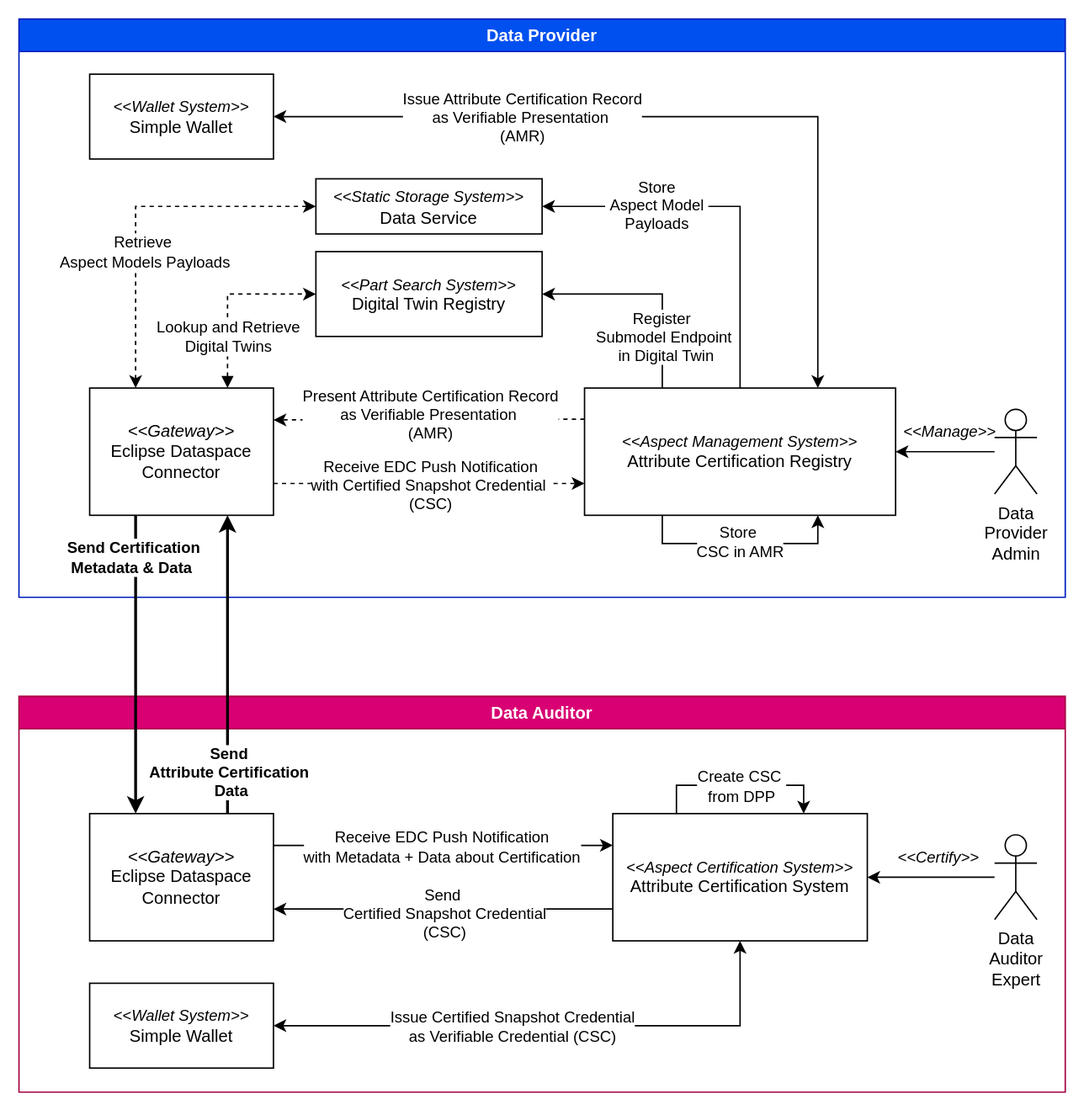
eclipse-tractusx/digital-product-pass keeps this draw.io diagram as dpp-verification/resources/implementation/csc-context-blueprint.svg. Above is the earlier version. Source tidied: cells renumbered, new cells last; positions are measured from the earlier drawing's top-left corner, leaving out a move shared by most shapes. Its diagram source:
```xml
<mxGraphModel>
  <root>
    <mxCell id="0" />
    <mxCell id="1" parent="0" />
    <mxCell id="2" value="Data Provider" style="swimlane;whiteSpace=wrap;html=1;fillColor=#0050ef;fontColor=#ffffff;strokeColor=#001DBC;" parent="1" vertex="1">
      <mxGeometry width="740" height="409" as="geometry" />
    </mxCell>
    <mxCell id="3" value="&lt;div style=&quot;font-size: 11px;&quot;&gt;&lt;i&gt;&lt;font style=&quot;font-size: 11px;&quot;&gt;&amp;lt;&amp;lt;Part Search System&amp;gt;&amp;gt;&lt;/font&gt;&lt;/i&gt;&lt;/div&gt;Digital Twin Registry" style="rounded=0;whiteSpace=wrap;html=1;" parent="2" vertex="1">
      <mxGeometry x="210" y="164.5" width="160" height="60" as="geometry" />
    </mxCell>
    <mxCell id="4" style="edgeStyle=orthogonalEdgeStyle;rounded=0;jettySize=auto;html=1;exitX=0;exitY=0.5;exitDx=0;exitDy=0;entryX=1;entryY=0.25;entryDx=0;entryDy=0;dashed=1;" parent="2" edge="1" target="13">
      <mxGeometry relative="1" as="geometry">
        <mxPoint x="400" y="283" as="sourcePoint" />
      </mxGeometry>
    </mxCell>
    <mxCell id="5" value="Present Attribute Certification Record&lt;div&gt;as Verifiable Presentation&amp;nbsp;&lt;/div&gt;&lt;div&gt;(AMR)&lt;/div&gt;" style="edgeLabel;html=1;align=center;verticalAlign=middle;" parent="4" vertex="1">
      <mxGeometry x="0.27" relative="1" as="geometry">
        <mxPoint x="29" y="-4" as="offset" />
      </mxGeometry>
    </mxCell>
    <mxCell id="6" style="edgeStyle=orthogonalEdgeStyle;rounded=0;jettySize=auto;html=1;exitX=0.75;exitY=0;exitDx=0;exitDy=0;entryX=1;entryY=0.5;entryDx=0;entryDy=0;startArrow=classic;startFill=1;" parent="2" edge="1" source="10" target="23">
      <mxGeometry relative="1" as="geometry" />
    </mxCell>
    <mxCell id="7" value="Issue Attribute Certification Record&lt;div&gt;as Verifiable Presentation&amp;nbsp;&lt;/div&gt;&lt;div&gt;(AMR)&lt;/div&gt;" style="edgeLabel;html=1;align=center;verticalAlign=middle;" parent="6" vertex="1">
      <mxGeometry x="-0.57" y="3" relative="1" as="geometry">
        <mxPoint x="-207" y="-68" as="offset" />
      </mxGeometry>
    </mxCell>
    <mxCell id="8" style="edgeStyle=orthogonalEdgeStyle;rounded=0;jettySize=auto;html=1;exitX=0.5;exitY=0;exitDx=0;exitDy=0;entryX=1;entryY=0.5;entryDx=0;entryDy=0;" parent="2" edge="1" source="10" target="26">
      <mxGeometry relative="1" as="geometry" />
    </mxCell>
    <mxCell id="9" value="Store&lt;div&gt;&amp;nbsp;Aspect Model&amp;nbsp;&lt;/div&gt;&lt;div&gt;Payloads&lt;/div&gt;" style="edgeLabel;html=1;align=center;verticalAlign=middle;" parent="8" vertex="1">
      <mxGeometry x="-0.5" relative="1" as="geometry">
        <mxPoint x="-60" y="-64" as="offset" />
      </mxGeometry>
    </mxCell>
    <mxCell id="10" value="&lt;div style=&quot;font-size: 11px;&quot;&gt;&lt;i&gt;&lt;font style=&quot;font-size: 11px;&quot;&gt;&amp;lt;&amp;lt;Aspect Management System&amp;gt;&amp;gt;&lt;/font&gt;&lt;/i&gt;&lt;/div&gt;Attribute Certification Registry" style="rounded=0;whiteSpace=wrap;html=1;" parent="2" vertex="1">
      <mxGeometry x="400" y="261" width="220" height="90" as="geometry" />
    </mxCell>
    <mxCell id="11" style="edgeStyle=orthogonalEdgeStyle;rounded=0;jettySize=auto;html=1;exitX=0.25;exitY=0;exitDx=0;exitDy=0;entryX=0;entryY=0.5;entryDx=0;entryDy=0;dashed=1;startArrow=classic;startFill=1;" parent="2" edge="1" source="13" target="26">
      <mxGeometry relative="1" as="geometry" />
    </mxCell>
    <mxCell id="12" value="Retrieve&amp;nbsp;&lt;div&gt;Aspect Models Payloads&lt;/div&gt;" style="edgeLabel;html=1;align=center;verticalAlign=middle;" parent="11" vertex="1">
      <mxGeometry x="0.42" y="2" relative="1" as="geometry">
        <mxPoint x="-48" y="34" as="offset" />
      </mxGeometry>
    </mxCell>
    <mxCell id="13" value="&lt;div&gt;&lt;i&gt;&amp;lt;&amp;lt;Gateway&amp;gt;&amp;gt;&lt;/i&gt;&lt;/div&gt;Eclipse Dataspace Connector" style="rounded=0;whiteSpace=wrap;html=1;" parent="2" vertex="1">
      <mxGeometry x="50" y="261" width="130" height="90" as="geometry" />
    </mxCell>
    <mxCell id="14" style="edgeStyle=orthogonalEdgeStyle;rounded=0;jettySize=auto;html=1;entryX=0;entryY=0.5;entryDx=0;entryDy=0;exitX=0.75;exitY=0;exitDx=0;exitDy=0;dashed=1;startArrow=block;startFill=1;" parent="2" edge="1" source="13" target="3">
      <mxGeometry relative="1" as="geometry" />
    </mxCell>
    <mxCell id="15" value="Lookup and Retrieve&lt;div&gt;Digital Twins&lt;/div&gt;" style="edgeLabel;html=1;align=center;verticalAlign=middle;" parent="14" vertex="1">
      <mxGeometry x="-0.48" y="1" relative="1" as="geometry">
        <mxPoint x="1" y="-3" as="offset" />
      </mxGeometry>
    </mxCell>
    <mxCell id="16" style="edgeStyle=orthogonalEdgeStyle;rounded=0;jettySize=auto;html=1;exitX=1;exitY=0.75;exitDx=0;exitDy=0;entryX=0;entryY=0.75;entryDx=0;entryDy=0;dashed=1;" parent="2" edge="1" source="13" target="10">
      <mxGeometry relative="1" as="geometry" />
    </mxCell>
    <mxCell id="17" value="Receive EDC Push Notification&lt;div&gt;with Certified Snapshot Credential&amp;nbsp;&lt;/div&gt;&lt;div&gt;(CSC)&lt;/div&gt;" style="edgeLabel;html=1;align=center;verticalAlign=middle;" parent="16" vertex="1">
      <mxGeometry x="-0.15" y="-3" relative="1" as="geometry">
        <mxPoint x="16" y="-2" as="offset" />
      </mxGeometry>
    </mxCell>
    <mxCell id="18" style="edgeStyle=orthogonalEdgeStyle;rounded=0;jettySize=auto;html=1;exitX=0.25;exitY=0;exitDx=0;exitDy=0;entryX=1;entryY=0.5;entryDx=0;entryDy=0;" parent="2" edge="1" source="10" target="3">
      <mxGeometry relative="1" as="geometry" />
    </mxCell>
    <mxCell id="19" value="Register&amp;nbsp;&lt;div&gt;Submodel Endpoint&lt;div&gt;&lt;div&gt;&amp;nbsp;in Digital Twin&lt;/div&gt;&lt;/div&gt;&lt;/div&gt;" style="edgeLabel;html=1;align=center;verticalAlign=middle;" parent="18" vertex="1">
      <mxGeometry x="-0.45" relative="1" as="geometry">
        <mxPoint y="4" as="offset" />
      </mxGeometry>
    </mxCell>
    <mxCell id="20" style="edgeStyle=orthogonalEdgeStyle;rounded=0;jettySize=auto;html=1;entryX=1;entryY=0.5;entryDx=0;entryDy=0;" parent="2" edge="1" source="22" target="10">
      <mxGeometry relative="1" as="geometry" />
    </mxCell>
    <mxCell id="21" value="&lt;i&gt;&amp;lt;&amp;lt;Manage&amp;gt;&amp;gt;&lt;/i&gt;" style="edgeLabel;html=1;align=center;verticalAlign=middle;" parent="20" vertex="1">
      <mxGeometry x="0.34" y="-1" relative="1" as="geometry">
        <mxPoint x="14" y="-14" as="offset" />
      </mxGeometry>
    </mxCell>
    <mxCell id="22" value="Data&lt;div&gt;Provider&lt;/div&gt;&lt;div&gt;Admin&lt;/div&gt;" style="shape=umlActor;verticalLabelPosition=bottom;verticalAlign=top;html=1;outlineConnect=0;" parent="2" vertex="1">
      <mxGeometry x="690" y="276" width="30" height="60" as="geometry" />
    </mxCell>
    <mxCell id="23" value="&lt;font style=&quot;font-size: 11px;&quot;&gt;&lt;i&gt;&amp;lt;&amp;lt;Wallet System&amp;gt;&amp;gt;&lt;/i&gt;&lt;/font&gt;&lt;div style=&quot;&quot;&gt;&lt;font style=&quot;font-size: 12px;&quot;&gt;Simple Wallet&lt;/font&gt;&lt;/div&gt;" style="rounded=0;whiteSpace=wrap;html=1;" parent="2" vertex="1">
      <mxGeometry x="50" y="39" width="130" height="60" as="geometry" />
    </mxCell>
    <mxCell id="24" style="edgeStyle=orthogonalEdgeStyle;rounded=0;orthogonalLoop=1;jettySize=auto;html=1;exitX=0.25;exitY=1;exitDx=0;exitDy=0;entryX=0.75;entryY=1;entryDx=0;entryDy=0;" parent="2" edge="1" source="10" target="10">
      <mxGeometry relative="1" as="geometry" />
    </mxCell>
    <mxCell id="25" value="Store&amp;nbsp;&lt;div&gt;CSC in AMR&lt;/div&gt;" style="edgeLabel;html=1;align=center;verticalAlign=middle;" parent="24" vertex="1">
      <mxGeometry x="-0.2" y="-3" relative="1" as="geometry">
        <mxPoint x="14" y="-5" as="offset" />
      </mxGeometry>
    </mxCell>
    <mxCell id="26" value="&lt;font style=&quot;font-size: 11px;&quot;&gt;&lt;i&gt;&amp;lt;&amp;lt;Static Storage System&amp;gt;&amp;gt;&lt;/i&gt;&lt;/font&gt;&lt;div style=&quot;&quot;&gt;Data Service&lt;/div&gt;" style="rounded=0;whiteSpace=wrap;html=1;" parent="2" vertex="1">
      <mxGeometry x="210" y="113" width="160" height="39" as="geometry" />
    </mxCell>
    <mxCell id="27" value="Data Auditor" style="swimlane;whiteSpace=wrap;html=1;fillColor=#d80073;fontColor=#ffffff;strokeColor=#A50040;" parent="1" vertex="1">
      <mxGeometry y="479" width="740" height="280" as="geometry" />
    </mxCell>
    <mxCell id="28" style="edgeStyle=orthogonalEdgeStyle;rounded=0;jettySize=auto;html=1;exitX=1;exitY=0.25;exitDx=0;exitDy=0;entryX=0;entryY=0.25;entryDx=0;entryDy=0;" parent="27" edge="1" source="30" target="35">
      <mxGeometry relative="1" as="geometry" />
    </mxCell>
    <mxCell id="29" value="Receive EDC Push Notification&lt;div&gt;&lt;div&gt;with Metadata + Data about Certification&lt;/div&gt;&lt;/div&gt;" style="edgeLabel;html=1;align=center;verticalAlign=middle;" parent="28" vertex="1">
      <mxGeometry x="-0.15" relative="1" as="geometry">
        <mxPoint x="17" y="1" as="offset" />
      </mxGeometry>
    </mxCell>
    <mxCell id="30" value="&lt;div&gt;&lt;i&gt;&amp;lt;&amp;lt;Gateway&amp;gt;&amp;gt;&lt;/i&gt;&lt;/div&gt;Eclipse Dataspace Connector" style="rounded=0;whiteSpace=wrap;html=1;" parent="27" vertex="1">
      <mxGeometry x="50" y="83" width="130" height="90" as="geometry" />
    </mxCell>
    <mxCell id="31" style="edgeStyle=orthogonalEdgeStyle;rounded=0;jettySize=auto;html=1;exitX=0;exitY=0.75;exitDx=0;exitDy=0;entryX=1;entryY=0.75;entryDx=0;entryDy=0;" parent="27" edge="1" source="35" target="30">
      <mxGeometry relative="1" as="geometry" />
    </mxCell>
    <mxCell id="32" value="Send&amp;nbsp;&lt;div&gt;Certified Snapshot Credential&lt;/div&gt;&lt;div&gt;(CSC)&lt;/div&gt;" style="edgeLabel;html=1;align=center;verticalAlign=middle;" parent="31" vertex="1">
      <mxGeometry x="0.29" y="-2" relative="1" as="geometry">
        <mxPoint x="35" y="5" as="offset" />
      </mxGeometry>
    </mxCell>
    <mxCell id="33" style="edgeStyle=orthogonalEdgeStyle;rounded=0;jettySize=auto;html=1;exitX=0.5;exitY=1;exitDx=0;exitDy=0;entryX=1;entryY=0.5;entryDx=0;entryDy=0;startArrow=classic;startFill=1;" parent="27" edge="1" source="35" target="36">
      <mxGeometry relative="1" as="geometry" />
    </mxCell>
    <mxCell id="34" value="Issue Certified Snapshot Credential&lt;div&gt;as Verifiable Credential (CSC)&lt;/div&gt;" style="edgeLabel;html=1;align=center;verticalAlign=middle;" parent="33" vertex="1">
      <mxGeometry x="0.11" y="-1" relative="1" as="geometry">
        <mxPoint x="-6" y="1" as="offset" />
      </mxGeometry>
    </mxCell>
    <mxCell id="35" value="&lt;div style=&quot;font-size: 11px;&quot;&gt;&lt;i&gt;&lt;font style=&quot;font-size: 11px;&quot;&gt;&amp;lt;&amp;lt;Aspect Certification System&amp;gt;&amp;gt;&lt;/font&gt;&lt;/i&gt;&lt;/div&gt;Attribute Certification System" style="rounded=0;whiteSpace=wrap;html=1;" parent="27" vertex="1">
      <mxGeometry x="420" y="83" width="180" height="90" as="geometry" />
    </mxCell>
    <mxCell id="36" value="&lt;font style=&quot;font-size: 11px;&quot;&gt;&lt;i&gt;&amp;lt;&amp;lt;Wallet System&amp;gt;&amp;gt;&lt;/i&gt;&lt;/font&gt;&lt;div style=&quot;&quot;&gt;&lt;font style=&quot;font-size: 12px;&quot;&gt;Simple Wallet&lt;/font&gt;&lt;/div&gt;" style="rounded=0;whiteSpace=wrap;html=1;" parent="27" vertex="1">
      <mxGeometry x="50" y="203" width="130" height="60" as="geometry" />
    </mxCell>
    <mxCell id="37" style="edgeStyle=orthogonalEdgeStyle;rounded=0;jettySize=auto;html=1;entryX=1;entryY=0.5;entryDx=0;entryDy=0;" parent="27" edge="1" source="39">
      <mxGeometry relative="1" as="geometry">
        <mxPoint x="600" y="128" as="targetPoint" />
      </mxGeometry>
    </mxCell>
    <mxCell id="38" value="&lt;i&gt;&amp;lt;&amp;lt;Certify&amp;gt;&amp;gt;&lt;/i&gt;" style="edgeLabel;html=1;align=center;verticalAlign=middle;" parent="37" vertex="1">
      <mxGeometry x="0.34" y="-1" relative="1" as="geometry">
        <mxPoint x="20" y="-14" as="offset" />
      </mxGeometry>
    </mxCell>
    <mxCell id="39" value="Data&lt;div&gt;Auditor&lt;/div&gt;&lt;div&gt;Expert&lt;/div&gt;" style="shape=umlActor;verticalLabelPosition=bottom;verticalAlign=top;html=1;outlineConnect=0;" parent="27" vertex="1">
      <mxGeometry x="690" y="98" width="30" height="60" as="geometry" />
    </mxCell>
    <mxCell id="40" style="edgeStyle=orthogonalEdgeStyle;rounded=0;orthogonalLoop=1;jettySize=auto;html=1;exitX=0.25;exitY=0;exitDx=0;exitDy=0;entryX=0.75;entryY=0;entryDx=0;entryDy=0;" parent="27" edge="1" source="35" target="35">
      <mxGeometry relative="1" as="geometry">
        <Array as="points">
          <mxPoint x="465" y="63" />
          <mxPoint x="555" y="63" />
        </Array>
      </mxGeometry>
    </mxCell>
    <mxCell id="41" value="Create CSC&amp;nbsp;&lt;div&gt;from DPP&lt;/div&gt;" style="edgeLabel;html=1;align=center;verticalAlign=middle;" parent="40" vertex="1">
      <mxGeometry x="-0.15" relative="1" as="geometry">
        <mxPoint x="10" as="offset" />
      </mxGeometry>
    </mxCell>
    <mxCell id="42" style="edgeStyle=orthogonalEdgeStyle;rounded=0;jettySize=auto;html=1;exitX=0.25;exitY=1;exitDx=0;exitDy=0;strokeWidth=2;startArrow=none;startFill=0;entryX=0.25;entryY=0;entryDx=0;entryDy=0;" parent="1" edge="1" source="13" target="30">
      <mxGeometry relative="1" as="geometry" />
    </mxCell>
    <mxCell id="43" value="&lt;b&gt;Send Certification&lt;/b&gt;&lt;div&gt;&lt;b&gt;Metadata &amp;amp; Data&amp;nbsp;&lt;/b&gt;&lt;/div&gt;" style="edgeLabel;html=1;align=center;verticalAlign=middle;" parent="42" vertex="1">
      <mxGeometry x="-0.2" y="-2" relative="1" as="geometry">
        <mxPoint y="-55" as="offset" />
      </mxGeometry>
    </mxCell>
    <mxCell id="44" style="edgeStyle=orthogonalEdgeStyle;rounded=0;jettySize=auto;html=1;strokeWidth=2;entryX=0.75;entryY=1;entryDx=0;entryDy=0;exitX=0.75;exitY=0;exitDx=0;exitDy=0;" parent="1" edge="1" source="30" target="13">
      <mxGeometry relative="1" as="geometry" />
    </mxCell>
    <mxCell id="45" value="Send&amp;nbsp;&lt;div&gt;Attribute Certification&amp;nbsp;&lt;/div&gt;&lt;div&gt;Data&lt;/div&gt;" style="edgeLabel;html=1;align=center;verticalAlign=middle;fontStyle=1;" parent="44" vertex="1">
      <mxGeometry x="-0.8" y="1" relative="1" as="geometry">
        <mxPoint x="3" y="-9" as="offset" />
      </mxGeometry>
    </mxCell>
  </root>
</mxGraphModel>
```
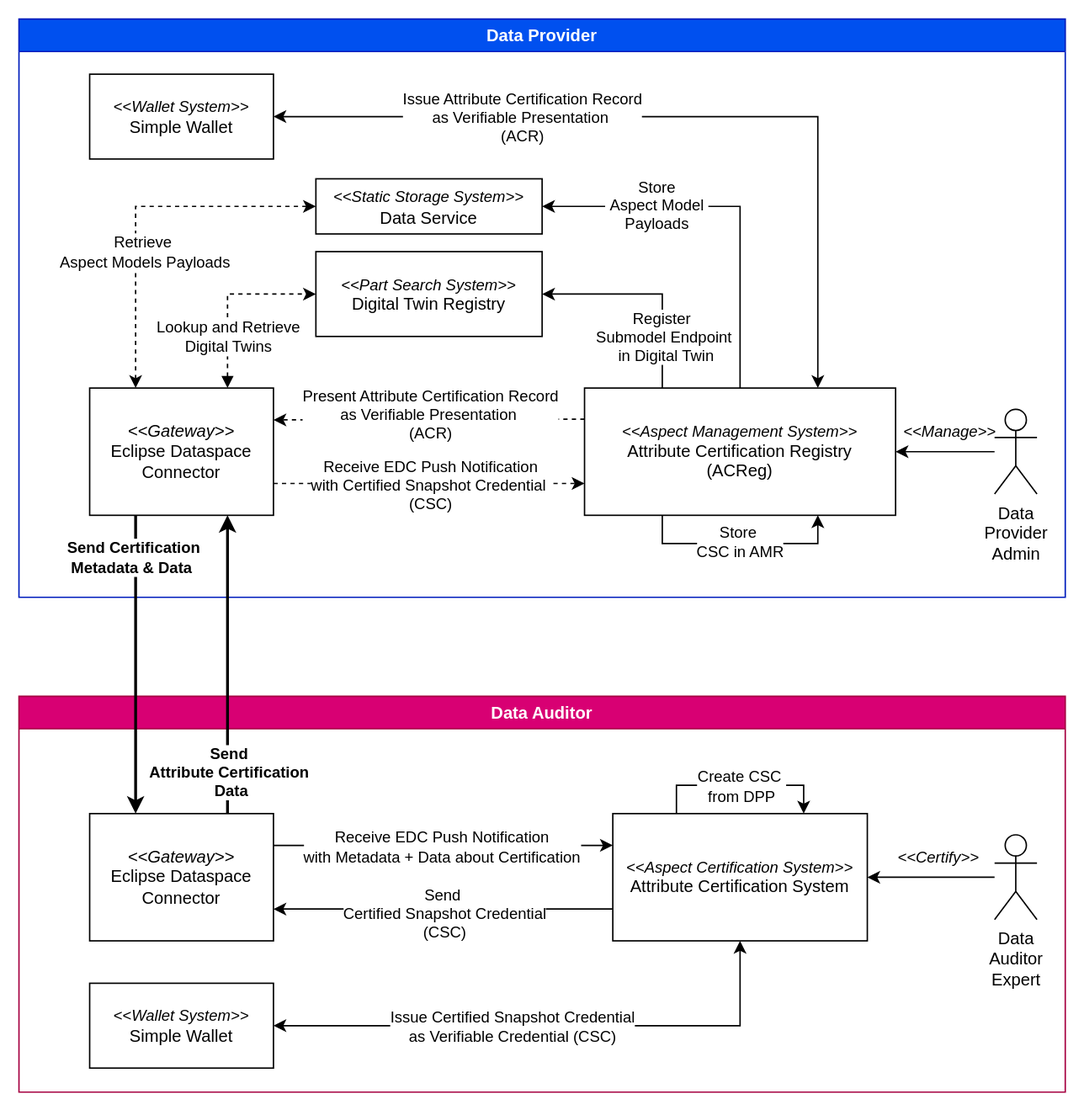
Above is the later version.

Change to the diagram source:
```diff
@@ -13,7 +13,7 @@
         <mxPoint x="400" y="283" as="sourcePoint" />
       </mxGeometry>
     </mxCell>
-    <mxCell id="5" value="Present Attribute Certification Record&lt;div&gt;as Verifiable Presentation&amp;nbsp;&lt;/div&gt;&lt;div&gt;(AMR)&lt;/div&gt;" style="edgeLabel;html=1;align=center;verticalAlign=middle;" parent="4" vertex="1">
+    <mxCell id="5" value="Present Attribute Certification Record&lt;div&gt;as Verifiable Presentation&amp;nbsp;&lt;/div&gt;&lt;div&gt;(ACR)&lt;/div&gt;" style="edgeLabel;html=1;align=center;verticalAlign=middle;" parent="4" vertex="1">
       <mxGeometry x="0.27" relative="1" as="geometry">
         <mxPoint x="29" y="-4" as="offset" />
       </mxGeometry>
@@ -21,7 +21,7 @@
     <mxCell id="6" style="edgeStyle=orthogonalEdgeStyle;rounded=0;jettySize=auto;html=1;exitX=0.75;exitY=0;exitDx=0;exitDy=0;entryX=1;entryY=0.5;entryDx=0;entryDy=0;startArrow=classic;startFill=1;" parent="2" edge="1" source="10" target="23">
       <mxGeometry relative="1" as="geometry" />
     </mxCell>
-    <mxCell id="7" value="Issue Attribute Certification Record&lt;div&gt;as Verifiable Presentation&amp;nbsp;&lt;/div&gt;&lt;div&gt;(AMR)&lt;/div&gt;" style="edgeLabel;html=1;align=center;verticalAlign=middle;" parent="6" vertex="1">
+    <mxCell id="7" value="Issue Attribute Certification Record&lt;div&gt;as Verifiable Presentation&amp;nbsp;&lt;/div&gt;&lt;div&gt;(ACR)&lt;/div&gt;" style="edgeLabel;html=1;align=center;verticalAlign=middle;" parent="6" vertex="1">
       <mxGeometry x="-0.57" y="3" relative="1" as="geometry">
         <mxPoint x="-207" y="-68" as="offset" />
       </mxGeometry>
@@ -34,7 +34,7 @@
         <mxPoint x="-60" y="-64" as="offset" />
       </mxGeometry>
     </mxCell>
-    <mxCell id="10" value="&lt;div style=&quot;font-size: 11px;&quot;&gt;&lt;i&gt;&lt;font style=&quot;font-size: 11px;&quot;&gt;&amp;lt;&amp;lt;Aspect Management System&amp;gt;&amp;gt;&lt;/font&gt;&lt;/i&gt;&lt;/div&gt;Attribute Certification Registry" style="rounded=0;whiteSpace=wrap;html=1;" parent="2" vertex="1">
+    <mxCell id="10" value="&lt;div style=&quot;font-size: 11px;&quot;&gt;&lt;i&gt;&lt;font style=&quot;font-size: 11px;&quot;&gt;&amp;lt;&amp;lt;Aspect Management System&amp;gt;&amp;gt;&lt;/font&gt;&lt;/i&gt;&lt;/div&gt;Attribute Certification Registry&lt;div&gt;(ACReg)&lt;/div&gt;" style="rounded=0;whiteSpace=wrap;html=1;" parent="2" vertex="1">
       <mxGeometry x="400" y="261" width="220" height="90" as="geometry" />
     </mxCell>
     <mxCell id="11" style="edgeStyle=orthogonalEdgeStyle;rounded=0;jettySize=auto;html=1;exitX=0.25;exitY=0;exitDx=0;exitDy=0;entryX=0;entryY=0.5;entryDx=0;entryDy=0;dashed=1;startArrow=classic;startFill=1;" parent="2" edge="1" source="13" target="26">
```
